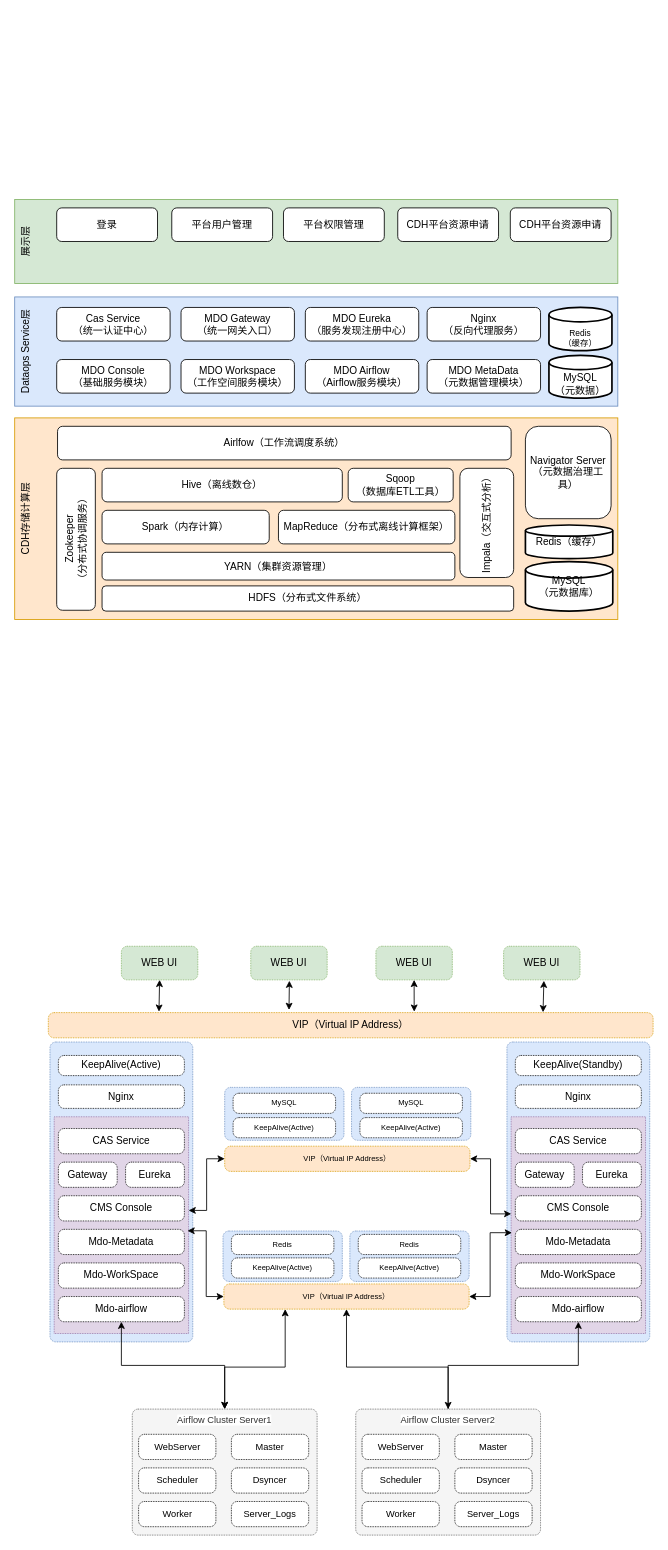
Above: Untitled Diagram.drawio in fayson/cdh-autouninstall (draw.io), before the change. Source tidied: cells renumbered, new cells numbered last; positions are measured from the earlier drawing's top-left corner, leaving out a move shared by most shapes. Both pictures are drawn from the tidied source at 84%, with x=0, y=0 at pixel (14, 199).
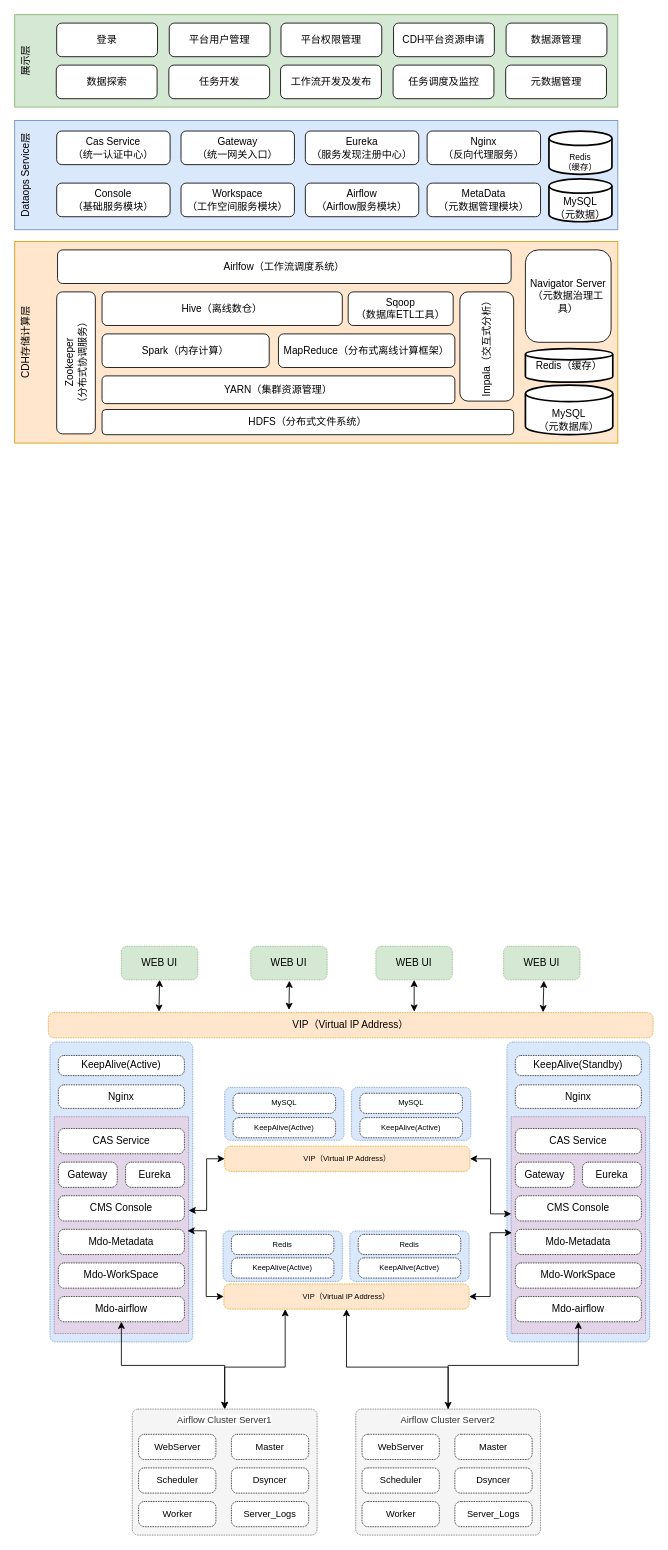
After the change.

Commit message:
Dataops整体部署架构图

Diff of the diagram source:
```diff
@@
     <mxCell id="69" value="Dataops Service层" style="rounded=0;whiteSpace=wrap;html=1;align=center;horizontal=0;verticalAlign=top;fillColor=#dae8fc;strokeColor=#6c8ebf;" parent="1" vertex="1">
-      <mxGeometry y="116" width="718" height="130" as="geometry" />
+      <mxGeometry y="-94" width="718" height="130" as="geometry" />
     </mxCell>
     <mxCell id="70" value="CDH存储计算层" style="rounded=0;whiteSpace=wrap;html=1;align=center;horizontal=0;verticalAlign=top;fillColor=#ffe6cc;strokeColor=#d79b00;" parent="1" vertex="1">
-      <mxGeometry y="260" width="718" height="240" as="geometry" />
+      <mxGeometry y="50" width="718" height="240" as="geometry" />
     </mxCell>
-    <mxCell id="71" value="MySQL&lt;br&gt;（元数据库）" style="strokeWidth=2;html=1;shape=mxgraph.flowchart.database;whiteSpace=wrap;" parent="1" vertex="1">
-      <mxGeometry x="608" y="431" width="104" height="59" as="geometry" />
+    <mxCell id="71" value="MySQL&lt;br&gt;（元数据库）" style="strokeWidth=2;html=1;shape=mxgraph.flowchart.database;whiteSpace=wrap;verticalAlign=bottom;" parent="1" vertex="1">
+      <mxGeometry x="608" y="221" width="104" height="59" as="geometry" />
     </mxCell>
     <mxCell id="72" value="展示层" style="rounded=0;whiteSpace=wrap;html=1;align=center;horizontal=0;verticalAlign=top;fillColor=#d5e8d4;strokeColor=#82b366;" parent="1" vertex="1">
-      <mxGeometry width="718" height="100" as="geometry" />
+      <mxGeometry y="-220" width="718" height="110" as="geometry" />
     </mxCell>
     <mxCell id="73" value="MySQL&lt;br&gt;（元数据）" style="strokeWidth=2;html=1;shape=mxgraph.flowchart.database;whiteSpace=wrap;verticalAlign=bottom;" parent="1" vertex="1">
-      <mxGeometry x="636" y="185.5" width="75" height="51" as="geometry" />
+      <mxGeometry x="636" y="-24.5" width="75" height="51" as="geometry" />
     </mxCell>
-    <mxCell id="74" value="Redis（缓存）" style="strokeWidth=2;html=1;shape=mxgraph.flowchart.database;whiteSpace=wrap;" parent="1" vertex="1">
-      <mxGeometry x="608" y="387.5" width="104" height="40" as="geometry" />
+    <mxCell id="74" value="Redis（缓存）" style="strokeWidth=2;html=1;shape=mxgraph.flowchart.database;whiteSpace=wrap;verticalAlign=middle;" parent="1" vertex="1">
+      <mxGeometry x="608" y="177.5" width="104" height="40" as="geometry" />
     </mxCell>
-    <mxCell id="75" value="MDO Gateway&lt;br&gt;（统一网关入口）" style="rounded=1;whiteSpace=wrap;html=1;" parent="1" vertex="1">
-      <mxGeometry x="198" y="128.5" width="135" height="40" as="geometry" />
+    <mxCell id="75" value="Gateway&lt;br&gt;（统一网关入口）" style="rounded=1;whiteSpace=wrap;html=1;" parent="1" vertex="1">
+      <mxGeometry x="198" y="-81.5" width="135" height="40" as="geometry" />
     </mxCell>
     <mxCell id="76" value="登录" style="rounded=1;whiteSpace=wrap;html=1;" parent="1" vertex="1">
-      <mxGeometry x="50" y="10" width="120" height="40" as="geometry" />
+      <mxGeometry x="50" y="-210" width="120" height="40" as="geometry" />
     </mxCell>
     <mxCell id="77" value="平台用户管理" style="rounded=1;whiteSpace=wrap;html=1;" parent="1" vertex="1">
-      <mxGeometry x="187" y="10" width="120" height="40" as="geometry" />
+      <mxGeometry x="184" y="-210" width="120" height="40" as="geometry" />
     </mxCell>
     <mxCell id="78" value="HDFS（分布式文件系统）" style="rounded=1;whiteSpace=wrap;html=1;" parent="1" vertex="1">
-      <mxGeometry x="104" y="460" width="490" height="30" as="geometry" />
+      <mxGeometry x="104" y="250" width="490" height="30" as="geometry" />
     </mxCell>
     <mxCell id="79" value="Airlfow（工作流调度系统）" style="rounded=1;whiteSpace=wrap;html=1;" parent="1" vertex="1">
-      <mxGeometry x="51" y="270" width="540" height="40" as="geometry" />
+      <mxGeometry x="51" y="60" width="540" height="40" as="geometry" />
     </mxCell>
     <mxCell id="80" value="YARN（集群资源管理）" style="rounded=1;whiteSpace=wrap;html=1;" parent="1" vertex="1">
-      <mxGeometry x="104" y="420" width="420" height="33" as="geometry" />
+      <mxGeometry x="104" y="210" width="420" height="33" as="geometry" />
     </mxCell>
     <mxCell id="81" value="MapReduce（分布式离线计算框架）" style="rounded=1;whiteSpace=wrap;html=1;" parent="1" vertex="1">
-      <mxGeometry x="314" y="370" width="210" height="40" as="geometry" />
+      <mxGeometry x="314" y="160" width="210" height="40" as="geometry" />
     </mxCell>
     <mxCell id="82" value="Hive（离线数仓）" style="rounded=1;whiteSpace=wrap;html=1;" parent="1" vertex="1">
-      <mxGeometry x="104" y="320" width="286" height="40" as="geometry" />
+      <mxGeometry x="104" y="110" width="286" height="40" as="geometry" />
     </mxCell>
     <mxCell id="83" value="Spark（内存计算）" style="rounded=1;whiteSpace=wrap;html=1;" parent="1" vertex="1">
-      <mxGeometry x="104" y="370" width="199" height="40" as="geometry" />
+      <mxGeometry x="104" y="160" width="199" height="40" as="geometry" />
     </mxCell>
     <mxCell id="84" value="Impala（交互式分析）" style="rounded=1;whiteSpace=wrap;html=1;horizontal=0;" parent="1" vertex="1">
-      <mxGeometry x="530" y="320" width="64" height="130" as="geometry" />
+      <mxGeometry x="530" y="110" width="64" height="130" as="geometry" />
     </mxCell>
     <mxCell id="85" value="Zookeeper&lt;br&gt;（分布式协调服务）" style="rounded=1;whiteSpace=wrap;html=1;horizontal=0;" parent="1" vertex="1">
-      <mxGeometry x="50" y="320" width="46" height="169" as="geometry" />
+      <mxGeometry x="50" y="110" width="46" height="169" as="geometry" />
     </mxCell>
     <mxCell id="86" value="Sqoop&lt;br&gt;（数据库ETL工具）" style="rounded=1;whiteSpace=wrap;html=1;" parent="1" vertex="1">
-      <mxGeometry x="397" y="320" width="125" height="40" as="geometry" />
+      <mxGeometry x="397" y="110" width="125" height="40" as="geometry" />
     </mxCell>
     <mxCell id="87" value="Navigator Server&lt;br&gt;（元数据治理工具）" style="rounded=1;whiteSpace=wrap;html=1;horizontal=1;" parent="1" vertex="1">
-      <mxGeometry x="608" y="270" width="102" height="110" as="geometry" />
+      <mxGeometry x="608" y="60" width="102" height="110" as="geometry" />
     </mxCell>
     <mxCell id="88" value="Redis&lt;br style=&quot;font-size: 10px;&quot;&gt;（缓存）" style="strokeWidth=2;html=1;shape=mxgraph.flowchart.database;whiteSpace=wrap;fontSize=10;horizontal=1;verticalAlign=bottom;" parent="1" vertex="1">
-      <mxGeometry x="636" y="128.5" width="75" height="51.5" as="geometry" />
+      <mxGeometry x="636" y="-81.5" width="75" height="51.5" as="geometry" />
     </mxCell>
-    <mxCell id="89" value="MDO Eureka&lt;br&gt;（服务发现注册中心）" style="rounded=1;whiteSpace=wrap;html=1;" parent="1" vertex="1">
-      <mxGeometry x="346" y="128.5" width="135" height="40" as="geometry" />
+    <mxCell id="89" value="Eureka&lt;br&gt;（服务发现注册中心）" style="rounded=1;whiteSpace=wrap;html=1;" parent="1" vertex="1">
+      <mxGeometry x="346" y="-81.5" width="135" height="40" as="geometry" />
     </mxCell>
     <mxCell id="90" value="Cas Service&lt;br&gt;（统一认证中心）" style="rounded=1;whiteSpace=wrap;html=1;" parent="1" vertex="1">
-      <mxGeometry x="50" y="128.5" width="135" height="40" as="geometry" />
+      <mxGeometry x="50" y="-81.5" width="135" height="40" as="geometry" />
     </mxCell>
-    <mxCell id="91" value="MDO Console&lt;br&gt;（基础服务模块）" style="rounded=1;whiteSpace=wrap;html=1;" parent="1" vertex="1">
-      <mxGeometry x="50" y="190.5" width="135" height="40" as="geometry" />
+    <mxCell id="91" value="Console&lt;br&gt;（基础服务模块）" style="rounded=1;whiteSpace=wrap;html=1;" parent="1" vertex="1">
+      <mxGeometry x="50" y="-19.5" width="135" height="40" as="geometry" />
     </mxCell>
-    <mxCell id="92" value="MDO Workspace&lt;br&gt;（工作空间服务模块）" style="rounded=1;whiteSpace=wrap;html=1;" parent="1" vertex="1">
-      <mxGeometry x="198" y="190.5" width="135" height="40" as="geometry" />
+    <mxCell id="92" value="Workspace&lt;br&gt;（工作空间服务模块）" style="rounded=1;whiteSpace=wrap;html=1;" parent="1" vertex="1">
+      <mxGeometry x="198" y="-19.5" width="135" height="40" as="geometry" />
     </mxCell>
-    <mxCell id="93" value="MDO Airflow&lt;br&gt;（Airflow服务模块）" style="rounded=1;whiteSpace=wrap;html=1;" parent="1" vertex="1">
-      <mxGeometry x="346" y="190.5" width="135" height="40" as="geometry" />
+    <mxCell id="93" value="Airflow&lt;br&gt;（Airflow服务模块）" style="rounded=1;whiteSpace=wrap;html=1;" parent="1" vertex="1">
+      <mxGeometry x="346" y="-19.5" width="135" height="40" as="geometry" />
     </mxCell>
     <mxCell id="94" value="Nginx&lt;br&gt;（反向代理服务）" style="rounded=1;whiteSpace=wrap;html=1;" parent="1" vertex="1">
-      <mxGeometry x="491" y="128.5" width="135" height="40" as="geometry" />
+      <mxGeometry x="491" y="-81.5" width="135" height="40" as="geometry" />
     </mxCell>
-    <mxCell id="95" value="MDO MetaData&lt;br&gt;（元数据管理模块）" style="rounded=1;whiteSpace=wrap;html=1;" parent="1" vertex="1">
-      <mxGeometry x="491" y="190.5" width="135" height="40" as="geometry" />
+    <mxCell id="95" value="MetaData&lt;br&gt;（元数据管理模块）" style="rounded=1;whiteSpace=wrap;html=1;" parent="1" vertex="1">
+      <mxGeometry x="491" y="-19.5" width="135" height="40" as="geometry" />
     </mxCell>
     <mxCell id="96" value="CDH平台资源申请" style="rounded=1;whiteSpace=wrap;html=1;" parent="1" vertex="1">
-      <mxGeometry x="456" y="10" width="120" height="40" as="geometry" />
+      <mxGeometry x="451" y="-210" width="120" height="40" as="geometry" />
     </mxCell>
     <mxCell id="97" value="平台权限管理" style="rounded=1;whiteSpace=wrap;html=1;" parent="1" vertex="1">
-      <mxGeometry x="320" y="10" width="120" height="40" as="geometry" />
+      <mxGeometry x="317" y="-210" width="120" height="40" as="geometry" />
     </mxCell>
-    <mxCell id="98" value="CDH平台资源申请" style="rounded=1;whiteSpace=wrap;html=1;" parent="1" vertex="1">
-      <mxGeometry x="590" y="10" width="120" height="40" as="geometry" />
+    <mxCell id="98" value="数据源管理" style="rounded=1;whiteSpace=wrap;html=1;" parent="1" vertex="1">
+      <mxGeometry x="585" y="-210" width="120" height="40" as="geometry" />
     </mxCell>
+    <mxCell id="99" value="数据探索" style="rounded=1;whiteSpace=wrap;html=1;" parent="1" vertex="1">
+      <mxGeometry x="49.5" y="-160" width="120" height="40" as="geometry" />
+    </mxCell>
+    <mxCell id="100" value="任务开发" style="rounded=1;whiteSpace=wrap;html=1;" parent="1" vertex="1">
+      <mxGeometry x="183.5" y="-160" width="120" height="40" as="geometry" />
+    </mxCell>
+    <mxCell id="101" value="任务调度及监控" style="rounded=1;whiteSpace=wrap;html=1;" parent="1" vertex="1">
+      <mxGeometry x="450.5" y="-160" width="120" height="40" as="geometry" />
+    </mxCell>
+    <mxCell id="102" value="工作流开发及发布" style="rounded=1;whiteSpace=wrap;html=1;" parent="1" vertex="1">
+      <mxGeometry x="316.5" y="-160" width="120" height="40" as="geometry" />
+    </mxCell>
+    <mxCell id="103" value="元数据管理" style="rounded=1;whiteSpace=wrap;html=1;" parent="1" vertex="1">
+      <mxGeometry x="584.5" y="-160" width="120" height="40" as="geometry" />
+    </mxCell>
```
